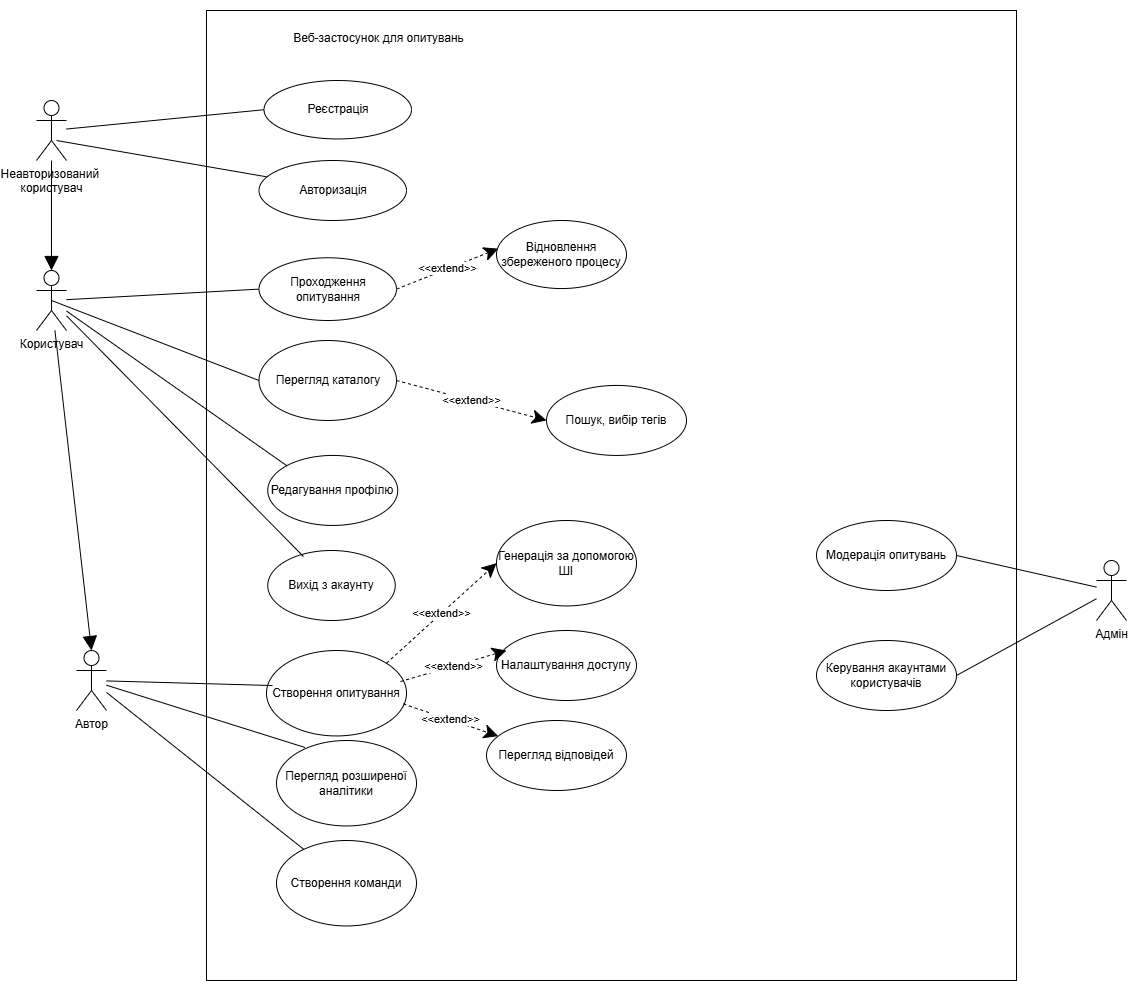
Earlier version of the draw.io export dyplom.drawio.png (Bobrik191/dyplom_docs). Source tidied: cells renumbered, new cells last; positions are measured from the earlier drawing's top-left corner, leaving out a move shared by most shapes.
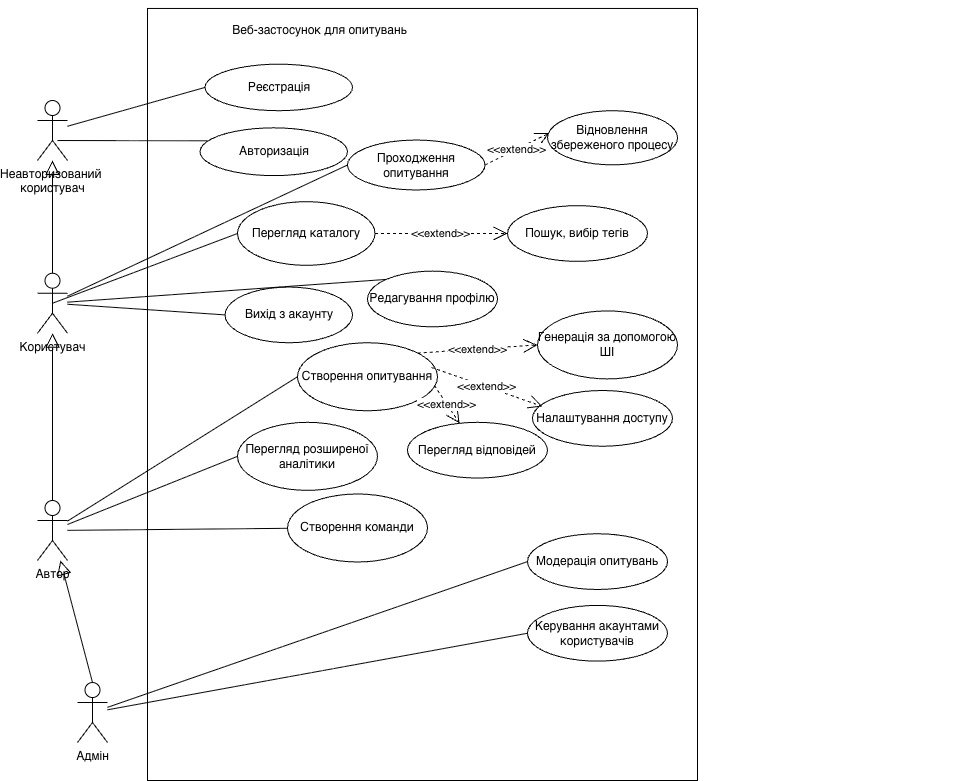
After the commit.

The edit, as a diff of the source:
```diff
@@ -3,88 +3,88 @@
     <mxCell id="0" />
     <mxCell id="1" parent="0" />
     <mxCell id="2" value="Неавторизований&amp;nbsp;&lt;div&gt;користувач&lt;/div&gt;" style="shape=umlActor;verticalLabelPosition=bottom;verticalAlign=top;html=1;" parent="1" vertex="1">
-      <mxGeometry y="100" width="30" height="60" as="geometry" />
+      <mxGeometry x="60" y="90" width="30" height="60" as="geometry" />
     </mxCell>
     <mxCell id="3" style="group;" parent="1" vertex="1">
-      <mxGeometry x="170" width="810" height="980" as="geometry" />
+      <mxGeometry x="170" y="-10" width="810" height="780" as="geometry" />
     </mxCell>
     <mxCell id="4" style="rounded=0;whiteSpace=wrap;html=1;strokeColor=light-dark(#000000,#000000);" parent="3" vertex="1">
-      <mxGeometry y="10" width="810" height="970" as="geometry" />
+      <mxGeometry y="8" width="550" height="772" as="geometry" />
     </mxCell>
     <mxCell id="5" value="Веб-застосунок для опитувань" style="text;html=1;whiteSpace=wrap;strokeColor=none;fillColor=none;align=center;verticalAlign=middle;rounded=0;opacity=0;" parent="3" vertex="1">
-      <mxGeometry x="15" y="15.3" width="315" height="45.8" as="geometry" />
+      <mxGeometry x="15" y="12.1" width="315" height="36.4" as="geometry" />
     </mxCell>
     <mxCell id="6" value="Реєстрація" style="ellipse;whiteSpace=wrap;html=1;" parent="3" vertex="1">
-      <mxGeometry x="57.5" y="80" width="147.5" height="58.4" as="geometry" />
+      <mxGeometry x="57.5" y="63.7" width="147.5" height="46.5" as="geometry" />
     </mxCell>
     <mxCell id="7" value="Авторизація" style="ellipse;whiteSpace=wrap;html=1;" parent="3" vertex="1">
-      <mxGeometry x="52.5" y="160" width="147.5" height="60" as="geometry" />
+      <mxGeometry x="52.5" y="127.3" width="147.5" height="47.8" as="geometry" />
     </mxCell>
     <mxCell id="8" value="Проходження опитування" style="ellipse;whiteSpace=wrap;html=1;" parent="3" vertex="1">
-      <mxGeometry x="52.5" y="257.3" width="137.5" height="62.7" as="geometry" />
+      <mxGeometry x="200" y="139.5" width="137.5" height="49.9" as="geometry" />
     </mxCell>
-    <mxCell id="9" value="&amp;lt;&amp;lt;extend&amp;gt;&amp;gt;" style="endArrow=classic;endSize=12;dashed=1;html=1;rounded=0;exitX=1;exitY=0.5;exitDx=0;exitDy=0;entryX=0.014;entryY=0.414;entryDx=0;entryDy=0;entryPerimeter=0;endFill=1;" parent="3" edge="1" source="8" target="10">
+    <mxCell id="9" value="&amp;lt;&amp;lt;extend&amp;gt;&amp;gt;" style="endArrow=open;endSize=12;dashed=1;html=1;rounded=0;exitX=1;exitY=0.5;exitDx=0;exitDy=0;entryX=0.014;entryY=0.414;entryDx=0;entryDy=0;entryPerimeter=0;endFill=0;" parent="3" edge="1" source="8" target="10">
       <mxGeometry relative="1" as="geometry" />
     </mxCell>
     <mxCell id="10" value="Відновлення збереженого процесу" style="ellipse;whiteSpace=wrap;html=1;" parent="3" vertex="1">
-      <mxGeometry x="290" y="220" width="130" height="68" as="geometry" />
+      <mxGeometry x="400" y="110.2" width="130" height="54.2" as="geometry" />
     </mxCell>
     <mxCell id="11" value="Створення опитування" style="ellipse;whiteSpace=wrap;html=1;" parent="3" vertex="1">
-      <mxGeometry x="60" y="650" width="140" height="85.5" as="geometry" />
+      <mxGeometry x="150" y="342.2" width="140" height="68" as="geometry" />
     </mxCell>
     <mxCell id="12" value="Генерація за допомогою ШІ" style="ellipse;whiteSpace=wrap;html=1;" parent="3" vertex="1">
-      <mxGeometry x="290" y="520" width="140" height="85.5" as="geometry" />
+      <mxGeometry x="390" y="310.4" width="140" height="68" as="geometry" />
     </mxCell>
     <mxCell id="13" value="Редагування профілю" style="ellipse;whiteSpace=wrap;html=1;" parent="3" vertex="1">
-      <mxGeometry x="61.2" y="454.9" width="130" height="70" as="geometry" />
+      <mxGeometry x="220" y="270.6" width="130" height="55.7" as="geometry" />
     </mxCell>
     <mxCell id="14" value="Перегляд розширеної аналітики" style="ellipse;whiteSpace=wrap;html=1;" parent="3" vertex="1">
-      <mxGeometry x="70" y="740" width="140" height="85.5" as="geometry" />
+      <mxGeometry x="90" y="421.8" width="140" height="68" as="geometry" />
     </mxCell>
     <mxCell id="15" value="Перегляд каталогу" style="ellipse;whiteSpace=wrap;html=1;" parent="3" vertex="1">
-      <mxGeometry x="52.5" y="340" width="137.5" height="80" as="geometry" />
+      <mxGeometry x="90" y="201.2" width="137.5" height="63.7" as="geometry" />
     </mxCell>
     <mxCell id="16" value="Вихід з акаунту" style="ellipse;whiteSpace=wrap;html=1;" parent="3" vertex="1">
-      <mxGeometry x="61.2" y="550" width="127.5" height="70" as="geometry" />
+      <mxGeometry x="77.5" y="286.5" width="127.5" height="55.7" as="geometry" />
     </mxCell>
     <mxCell id="17" value="Налаштування доступу" style="ellipse;whiteSpace=wrap;html=1;" parent="3" vertex="1">
-      <mxGeometry x="290" y="630" width="140" height="70" as="geometry" />
+      <mxGeometry x="385" y="390" width="140" height="55.7" as="geometry" />
     </mxCell>
-    <mxCell id="18" value="&amp;lt;&amp;lt;extend&amp;gt;&amp;gt;" style="endArrow=classic;endSize=12;dashed=1;html=1;rounded=0;exitX=1;exitY=0;exitDx=0;exitDy=0;entryX=0;entryY=0.5;entryDx=0;entryDy=0;endFill=1;" parent="3" edge="1" source="11" target="12">
+    <mxCell id="18" value="&amp;lt;&amp;lt;extend&amp;gt;&amp;gt;" style="endArrow=open;endSize=12;dashed=1;html=1;rounded=0;exitX=1;exitY=0;exitDx=0;exitDy=0;entryX=0;entryY=0.5;entryDx=0;entryDy=0;endFill=0;" parent="3" edge="1" source="11" target="12">
       <mxGeometry relative="1" as="geometry" />
     </mxCell>
-    <mxCell id="19" value="&amp;lt;&amp;lt;extend&amp;gt;&amp;gt;" style="endArrow=classic;endSize=12;dashed=1;html=1;rounded=0;exitX=0.957;exitY=0.363;exitDx=0;exitDy=0;entryX=0.071;entryY=0.286;entryDx=0;entryDy=0;entryPerimeter=0;exitPerimeter=0;endFill=1;" parent="3" edge="1" source="11" target="17">
+    <mxCell id="19" value="&amp;lt;&amp;lt;extend&amp;gt;&amp;gt;" style="endArrow=open;endSize=12;dashed=1;html=1;rounded=0;exitX=0.957;exitY=0.363;exitDx=0;exitDy=0;entryX=0.071;entryY=0.286;entryDx=0;entryDy=0;entryPerimeter=0;exitPerimeter=0;endFill=0;" parent="3" edge="1" source="11" target="17">
       <mxGeometry relative="1" as="geometry" />
     </mxCell>
     <mxCell id="20" value="Пошук, вибір тегів" style="ellipse;whiteSpace=wrap;html=1;" parent="3" vertex="1">
-      <mxGeometry x="340" y="384.9" width="140" height="70" as="geometry" />
+      <mxGeometry x="360" y="205.1" width="140" height="55.7" as="geometry" />
     </mxCell>
-    <mxCell id="21" value="&amp;lt;&amp;lt;extend&amp;gt;&amp;gt;" style="endArrow=classic;endSize=12;dashed=1;html=1;rounded=0;exitX=1;exitY=0.5;exitDx=0;exitDy=0;entryX=0;entryY=0.5;entryDx=0;entryDy=0;endFill=1;" parent="3" edge="1" source="15" target="20">
+    <mxCell id="21" value="&amp;lt;&amp;lt;extend&amp;gt;&amp;gt;" style="endArrow=open;endSize=12;dashed=1;html=1;rounded=0;exitX=1;exitY=0.5;exitDx=0;exitDy=0;entryX=0;entryY=0.5;entryDx=0;entryDy=0;endFill=0;" parent="3" edge="1" source="15" target="20">
       <mxGeometry relative="1" as="geometry" />
     </mxCell>
     <mxCell id="22" value="Модерація опитувань" style="ellipse;whiteSpace=wrap;html=1;" parent="3" vertex="1">
-      <mxGeometry x="610" y="520" width="140" height="70" as="geometry" />
+      <mxGeometry x="380" y="533.3" width="140" height="55.7" as="geometry" />
     </mxCell>
     <mxCell id="23" value="Керування акаунтами користувачів" style="ellipse;whiteSpace=wrap;html=1;" parent="3" vertex="1">
-      <mxGeometry x="610" y="640" width="140" height="70" as="geometry" />
+      <mxGeometry x="380" y="604.9" width="140" height="55.7" as="geometry" />
     </mxCell>
     <mxCell id="24" value="Перегляд відповідей" style="ellipse;whiteSpace=wrap;html=1;" parent="3" vertex="1">
-      <mxGeometry x="280" y="720" width="140" height="70" as="geometry" />
+      <mxGeometry x="260" y="421.8" width="140" height="55.7" as="geometry" />
     </mxCell>
-    <mxCell id="25" value="&amp;lt;&amp;lt;extend&amp;gt;&amp;gt;" style="endArrow=classic;endSize=12;dashed=1;html=1;rounded=0;exitX=0.977;exitY=0.625;exitDx=0;exitDy=0;exitPerimeter=0;endFill=1;" parent="3" edge="1" source="11" target="24">
+    <mxCell id="25" value="&amp;lt;&amp;lt;extend&amp;gt;&amp;gt;" style="endArrow=open;endSize=12;dashed=1;html=1;rounded=0;exitX=0.977;exitY=0.625;exitDx=0;exitDy=0;exitPerimeter=0;endFill=0;" parent="3" edge="1" source="11" target="24">
       <mxGeometry relative="1" as="geometry" />
     </mxCell>
     <mxCell id="26" value="Створення команди" style="ellipse;whiteSpace=wrap;html=1;" parent="3" vertex="1">
-      <mxGeometry x="70" y="840" width="140" height="85.5" as="geometry" />
+      <mxGeometry x="140" y="493.5" width="140" height="68" as="geometry" />
     </mxCell>
     <mxCell id="27" value="Користувач" style="shape=umlActor;verticalLabelPosition=bottom;verticalAlign=top;html=1;" parent="1" vertex="1">
-      <mxGeometry y="270" width="30" height="60" as="geometry" />
+      <mxGeometry x="60" y="262.7" width="30" height="60" as="geometry" />
     </mxCell>
     <mxCell id="28" value="Автор" style="shape=umlActor;verticalLabelPosition=bottom;verticalAlign=top;html=1;" parent="1" vertex="1">
-      <mxGeometry x="40" y="650" width="30" height="60" as="geometry" />
+      <mxGeometry x="60" y="490" width="30" height="60" as="geometry" />
     </mxCell>
     <mxCell id="29" value="Адмін" style="shape=umlActor;verticalLabelPosition=bottom;verticalAlign=top;html=1;" parent="1" vertex="1">
-      <mxGeometry x="1060" y="560" width="30" height="60" as="geometry" />
+      <mxGeometry x="100" y="672" width="30" height="60" as="geometry" />
     </mxCell>
     <mxCell id="30" style="endArrow=none;endFill=0;endSize=12;html=1;rounded=0;entryX=0;entryY=0.5;entryDx=0;entryDy=0;" parent="1" edge="1" source="2" target="6">
       <mxGeometry relative="1" as="geometry" />
@@ -92,38 +92,41 @@
     <mxCell id="31" style="endArrow=none;endFill=0;endSize=12;html=1;rounded=0;entryX=0.05;entryY=0.271;entryDx=0;entryDy=0;entryPerimeter=0;exitX=0.667;exitY=0.667;exitDx=0;exitDy=0;exitPerimeter=0;" parent="1" edge="1" source="2" target="7">
       <mxGeometry relative="1" as="geometry" />
     </mxCell>
-    <mxCell id="32" style="endArrow=block;endFill=1;endSize=12;html=1;rounded=0;entryX=0.5;entryY=0;entryDx=0;entryDy=0;entryPerimeter=0;" parent="1" edge="1" source="2" target="27">
+    <mxCell id="32" style="endArrow=block;endFill=0;endSize=12;html=1;rounded=0;exitX=0.5;exitY=0;exitDx=0;exitDy=0;exitPerimeter=0;" parent="1" edge="1" source="27" target="2">
       <mxGeometry relative="1" as="geometry" />
     </mxCell>
     <mxCell id="33" style="endArrow=none;endFill=0;endSize=12;html=1;rounded=0;entryX=0;entryY=0.5;entryDx=0;entryDy=0;" parent="1" edge="1" source="27" target="8">
       <mxGeometry relative="1" as="geometry" />
     </mxCell>
-    <mxCell id="34" style="endArrow=block;endFill=1;endSize=12;html=1;rounded=0;entryX=0.5;entryY=0;entryDx=0;entryDy=0;entryPerimeter=0;" parent="1" edge="1" source="27" target="28">
+    <mxCell id="34" style="endArrow=block;endFill=0;endSize=12;html=1;rounded=0;exitX=0.5;exitY=0;exitDx=0;exitDy=0;exitPerimeter=0;" parent="1" edge="1" source="28" target="27">
       <mxGeometry relative="1" as="geometry" />
     </mxCell>
     <mxCell id="35" style="endArrow=none;endFill=0;endSize=12;html=1;rounded=0;entryX=0;entryY=0;entryDx=0;entryDy=0;" parent="1" edge="1" source="27" target="13">
       <mxGeometry relative="1" as="geometry" />
     </mxCell>
-    <mxCell id="36" style="endArrow=none;endFill=0;endSize=12;html=1;rounded=0;entryX=0.043;entryY=0.41;entryDx=0;entryDy=0;entryPerimeter=0;" parent="1" edge="1" source="28" target="11">
+    <mxCell id="36" style="endArrow=none;endFill=0;endSize=12;html=1;rounded=0;entryX=0;entryY=0.5;entryDx=0;entryDy=0;" parent="1" edge="1" source="28" target="11">
       <mxGeometry relative="1" as="geometry" />
     </mxCell>
     <mxCell id="37" style="endArrow=none;endFill=0;endSize=12;html=1;rounded=0;entryX=0;entryY=0.5;entryDx=0;entryDy=0;exitX=0.5;exitY=0.5;exitDx=0;exitDy=0;exitPerimeter=0;" parent="1" edge="1" source="27" target="15">
       <mxGeometry relative="1" as="geometry" />
     </mxCell>
-    <mxCell id="38" style="endArrow=none;endFill=0;endSize=12;html=1;rounded=0;entryX=0.28;entryY=0.086;entryDx=0;entryDy=0;entryPerimeter=0;" parent="1" edge="1" source="27" target="16">
+    <mxCell id="38" style="endArrow=none;endFill=0;endSize=12;html=1;rounded=0;entryX=0;entryY=0.5;entryDx=0;entryDy=0;" parent="1" edge="1" source="27" target="16">
       <mxGeometry relative="1" as="geometry" />
     </mxCell>
-    <mxCell id="39" style="endArrow=none;endFill=0;endSize=12;html=1;rounded=0;entryX=0.204;entryY=0.082;entryDx=0;entryDy=0;entryPerimeter=0;" parent="1" edge="1" source="28" target="14">
+    <mxCell id="39" style="endArrow=none;endFill=0;endSize=12;html=1;rounded=0;entryX=0;entryY=0.5;entryDx=0;entryDy=0;" parent="1" edge="1" source="28" target="14">
       <mxGeometry relative="1" as="geometry" />
     </mxCell>
-    <mxCell id="40" style="endArrow=none;endFill=0;endSize=12;html=1;rounded=0;exitX=1;exitY=0.5;exitDx=0;exitDy=0;" parent="1" edge="1" source="23" target="29">
+    <mxCell id="40" style="endArrow=none;endFill=0;endSize=12;html=1;rounded=0;exitX=0;exitY=0.5;exitDx=0;exitDy=0;" parent="1" edge="1" source="23" target="29">
       <mxGeometry relative="1" as="geometry" />
     </mxCell>
-    <mxCell id="41" style="endArrow=none;endFill=0;endSize=12;html=1;rounded=0;exitX=1;exitY=0.5;exitDx=0;exitDy=0;" parent="1" edge="1" source="22" target="29">
+    <mxCell id="41" style="endArrow=none;endFill=0;endSize=12;html=1;rounded=0;exitX=0;exitY=0.5;exitDx=0;exitDy=0;" parent="1" edge="1" source="22" target="29">
       <mxGeometry relative="1" as="geometry" />
     </mxCell>
     <mxCell id="42" style="endArrow=none;endFill=0;endSize=12;html=1;rounded=0;" parent="1" edge="1" source="28" target="26">
       <mxGeometry relative="1" as="geometry" />
     </mxCell>
+    <mxCell id="43" style="endArrow=block;endFill=0;endSize=12;html=1;rounded=0;exitX=0.5;exitY=0;exitDx=0;exitDy=0;exitPerimeter=0;" parent="1" edge="1" source="29" target="28">
+      <mxGeometry relative="1" as="geometry" />
+    </mxCell>
   </root>
 </mxGraphModel>
```
